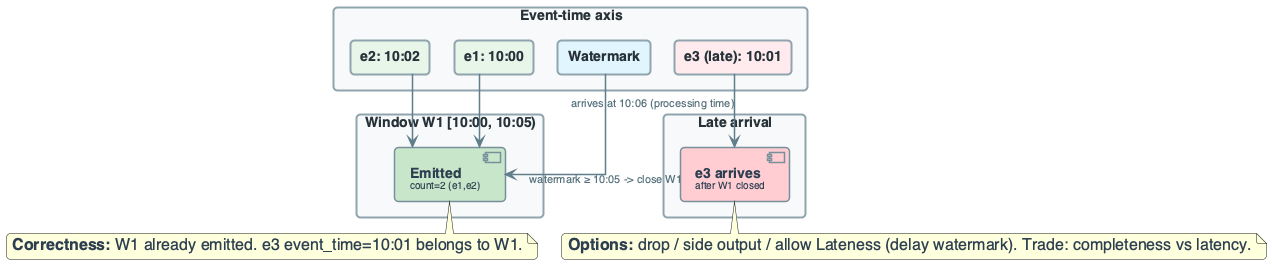
Earlier version of the PlantUML export diagrams/week10/week10_lecture_slide38_failure_late_data.png (OrPerets/data-engineering-course).
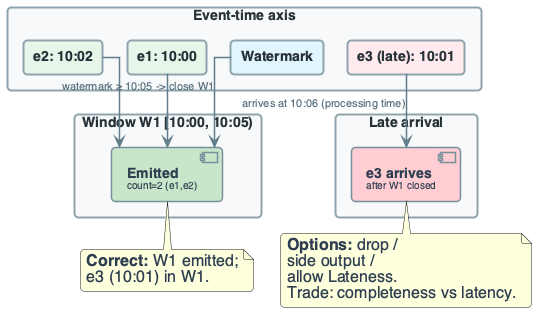
Later version of the same file.

What changed in the source:
```diff
@@ -138,7 +138,7 @@
 wm --> out : watermark ≥ 10:05 -> close W1
 e3 --> late : arrives at 10:06 (processing time)
 
-note bottom of out : **Correctness:** W1 already emitted. e3 event_time=10:01 belongs to W1.
-note bottom of late : **Options:** drop / side output / allow Lateness (delay watermark). Trade: completeness vs latency.
+note bottom of out : **Correct:** W1 emitted;\ne3 (10:01) in W1.
+note bottom of late : **Options:** drop /\nside output /\nallow Lateness.\nTrade: completeness vs latency.
 
 @enduml
```
